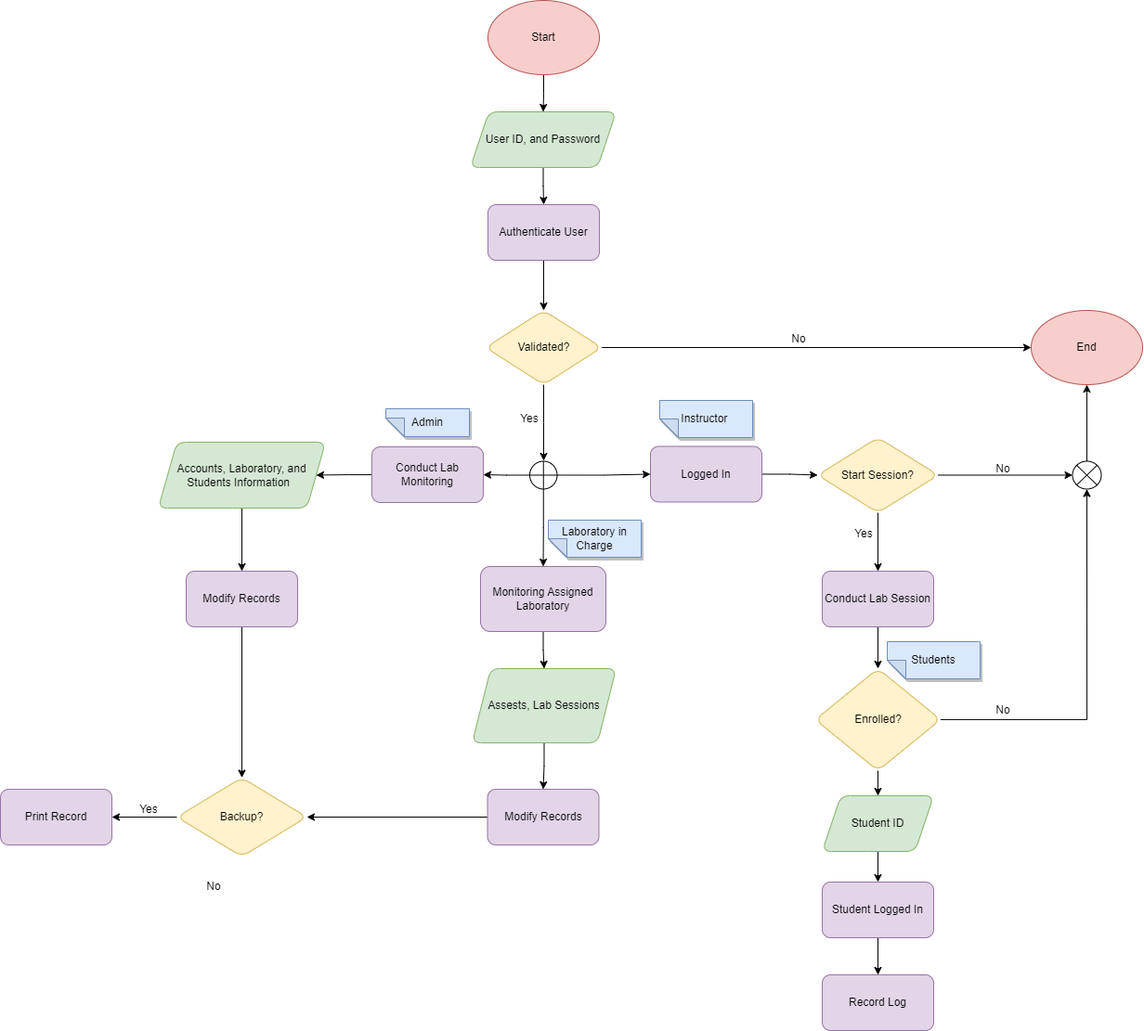
kaisunoo/Acads keeps this draw.io diagram as Heirarchy of Project Modules/LabSystem_Flowchart.drawio.png. Above is the earlier version. Source tidied: cells renumbered, new cells last; positions are measured from the earlier drawing's top-left corner, leaving out a move shared by most shapes.
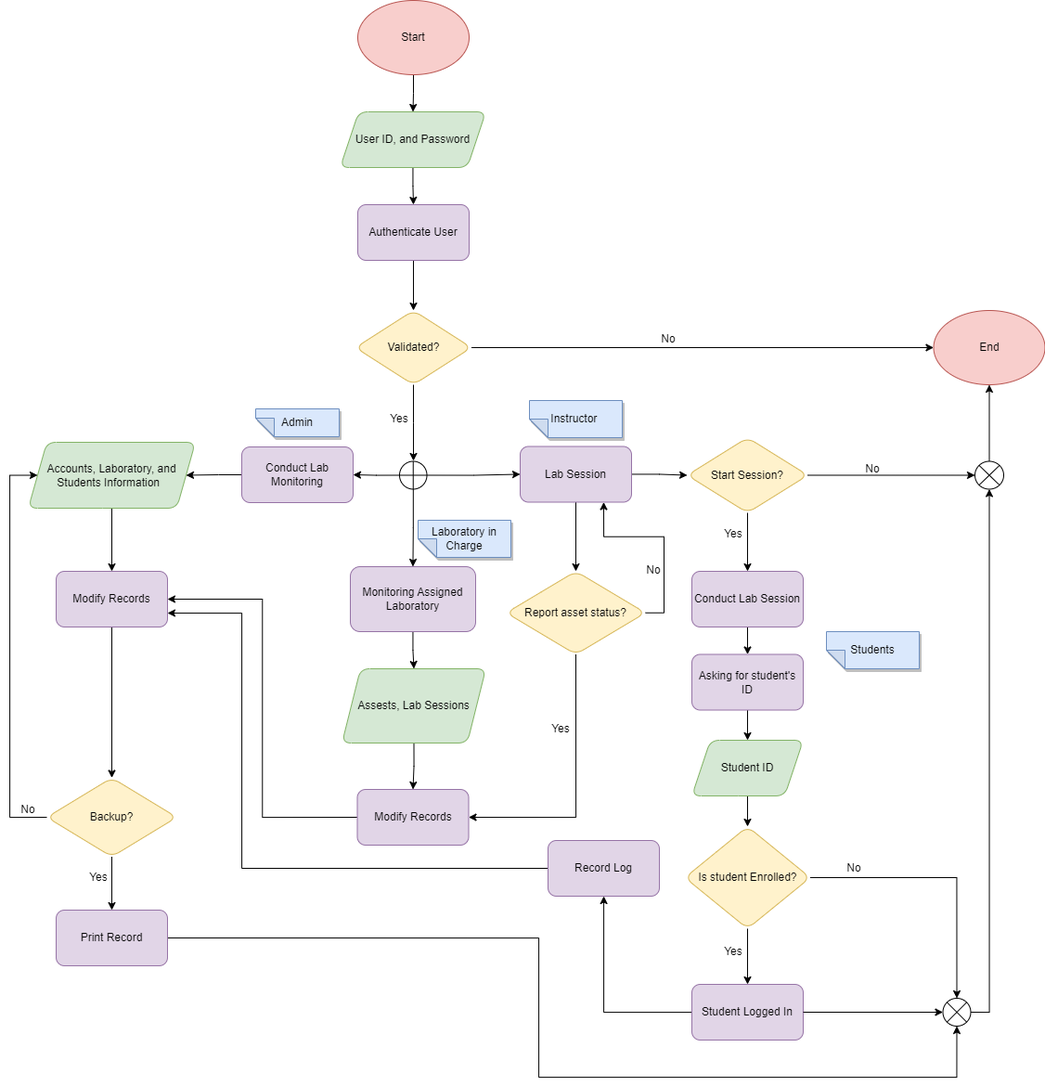
The same file after the commit.

Change to the diagram source:
```diff
@@ -67,7 +67,10 @@
     <mxCell id="22" style="edgeStyle=orthogonalEdgeStyle;rounded=0;jettySize=auto;html=1;" parent="1" edge="1" source="23" target="30">
       <mxGeometry relative="1" as="geometry" />
     </mxCell>
+    <mxCell id="60" style="edgeStyle=orthogonalEdgeStyle;rounded=0;jettySize=auto;html=1;" parent="1" edge="1" source="23" target="68">
+      <mxGeometry relative="1" as="geometry" />
+    </mxCell>
-    <mxCell id="23" value="Logged In" style="whiteSpace=wrap;html=1;rounded=1;fillColor=#e1d5e7;strokeColor=#9673a6;" parent="1" vertex="1">
+    <mxCell id="23" value="Lab Session" style="whiteSpace=wrap;html=1;rounded=1;fillColor=#e1d5e7;strokeColor=#9673a6;" parent="1" vertex="1">
       <mxGeometry x="700" y="480.5" width="120" height="60" as="geometry" />
     </mxCell>
     <mxCell id="24" value="Instructor&amp;nbsp;" style="shape=note;whiteSpace=wrap;html=1;backgroundOutline=1;darkOpacity=0.05;fillColor=#dae8fc;strokeColor=#6c8ebf;fillStyle=solid;direction=west;gradientDirection=north;shadow=1;size=20;" parent="1" vertex="1">
@@ -92,25 +95,28 @@
       <mxGeometry x="880" y="471" width="130" height="81" as="geometry" />
     </mxCell>
     <mxCell id="31" value="End" style="ellipse;whiteSpace=wrap;html=1;fillColor=#f8cecc;strokeColor=#b85450;" parent="1" vertex="1">
-      <mxGeometry x="1110" y="334" width="120" height="80" as="geometry" />
+      <mxGeometry x="1145.5" y="334" width="120" height="80" as="geometry" />
     </mxCell>
     <mxCell id="32" value="No" style="text;strokeColor=none;align=center;fillColor=none;html=1;verticalAlign=middle;whiteSpace=wrap;rounded=0;" parent="1" vertex="1">
       <mxGeometry x="830" y="350" width="60" height="30" as="geometry" />
     </mxCell>
-    <mxCell id="33" style="edgeStyle=orthogonalEdgeStyle;rounded=0;jettySize=auto;html=1;exitX=0.5;exitY=1;exitDx=0;exitDy=0;" parent="1" edge="1" source="34" target="43">
-      <mxGeometry relative="1" as="geometry" />
-    </mxCell>
+    <mxCell id="61" style="edgeStyle=orthogonalEdgeStyle;rounded=0;jettySize=auto;html=1;" parent="1" edge="1" source="34" target="71">
+      <mxGeometry relative="1" as="geometry" />
+    </mxCell>
     <mxCell id="34" value="Conduct Lab Session" style="whiteSpace=wrap;html=1;rounded=1;fillColor=#e1d5e7;strokeColor=#9673a6;" parent="1" vertex="1">
       <mxGeometry x="885" y="615" width="120" height="60" as="geometry" />
     </mxCell>
-    <mxCell id="35" style="edgeStyle=orthogonalEdgeStyle;rounded=0;jettySize=auto;html=1;" parent="1" edge="1" source="36" target="41">
+    <mxCell id="35" style="edgeStyle=orthogonalEdgeStyle;rounded=0;jettySize=auto;html=1;exitX=0.5;exitY=1;exitDx=0;exitDy=0;" parent="1" edge="1" source="43" target="41">
       <mxGeometry relative="1" as="geometry" />
     </mxCell>
+    <mxCell id="62" style="edgeStyle=orthogonalEdgeStyle;rounded=0;jettySize=auto;html=1;exitX=0.5;exitY=1;exitDx=0;exitDy=0;entryX=0.5;entryY=0;entryDx=0;entryDy=0;" parent="1" edge="1" source="36" target="43">
+      <mxGeometry relative="1" as="geometry" />
+    </mxCell>
     <mxCell id="36" value="Student ID" style="shape=parallelogram;perimeter=parallelogramPerimeter;whiteSpace=wrap;html=1;fixedSize=1;rounded=1;fillColor=#d5e8d4;strokeColor=#82b366;" parent="1" vertex="1">
-      <mxGeometry x="885" y="857" width="120" height="60" as="geometry" />
+      <mxGeometry x="885" y="797" width="120" height="60" as="geometry" />
     </mxCell>
     <mxCell id="37" value="Students" style="shape=note;whiteSpace=wrap;html=1;backgroundOutline=1;darkOpacity=0.05;fillColor=#dae8fc;strokeColor=#6c8ebf;fillStyle=solid;direction=west;gradientDirection=north;shadow=1;size=20;" parent="1" vertex="1">
-      <mxGeometry x="955" y="691" width="100" height="40" as="geometry" />
+      <mxGeometry x="1030" y="680" width="100" height="40" as="geometry" />
     </mxCell>
     <mxCell id="38" value="Yes" style="text;strokeColor=none;align=center;fillColor=none;html=1;verticalAlign=middle;whiteSpace=wrap;rounded=0;" parent="1" vertex="1">
       <mxGeometry x="900" y="560" width="60" height="30" as="geometry" />
@@ -122,13 +128,13 @@
       <mxGeometry relative="1" as="geometry" />
     </mxCell>
     <mxCell id="41" value="Student Logged In" style="whiteSpace=wrap;html=1;rounded=1;fillColor=#e1d5e7;strokeColor=#9673a6;" parent="1" vertex="1">
-      <mxGeometry x="885" y="950" width="120" height="60" as="geometry" />
+      <mxGeometry x="885" y="1060" width="120" height="60" as="geometry" />
     </mxCell>
-    <mxCell id="42" style="edgeStyle=orthogonalEdgeStyle;rounded=0;jettySize=auto;html=1;exitX=0.5;exitY=1;exitDx=0;exitDy=0;entryX=0.5;entryY=0;entryDx=0;entryDy=0;" parent="1" edge="1" source="43" target="36">
+    <mxCell id="42" style="edgeStyle=orthogonalEdgeStyle;rounded=0;jettySize=auto;html=1;entryX=0.5;entryY=0;entryDx=0;entryDy=0;exitX=0.5;exitY=1;exitDx=0;exitDy=0;" parent="1" edge="1" source="71" target="36">
       <mxGeometry relative="1" as="geometry" />
     </mxCell>
-    <mxCell id="43" value="Enrolled?" style="rhombus;whiteSpace=wrap;html=1;rounded=1;fillColor=#fff2cc;strokeColor=#d6b656;" parent="1" vertex="1">
-      <mxGeometry x="877.5" y="720" width="135" height="110" as="geometry" />
+    <mxCell id="43" value="Is student Enrolled?" style="rhombus;whiteSpace=wrap;html=1;rounded=1;fillColor=#fff2cc;strokeColor=#d6b656;" parent="1" vertex="1">
+      <mxGeometry x="877.5" y="890" width="135" height="110" as="geometry" />
     </mxCell>
     <mxCell id="44" style="edgeStyle=orthogonalEdgeStyle;rounded=0;jettySize=auto;html=1;" parent="1" edge="1" target="45">
       <mxGeometry relative="1" as="geometry">
@@ -142,13 +148,13 @@
       <mxGeometry relative="1" as="geometry" />
     </mxCell>
     <mxCell id="47" style="verticalLabelPosition=bottom;verticalAlign=top;html=1;shape=mxgraph.flowchart.or;" parent="1" vertex="1">
-      <mxGeometry x="1154.5" y="496.5" width="31" height="30" as="geometry" />
+      <mxGeometry x="1190" y="496.5" width="31" height="30" as="geometry" />
     </mxCell>
-    <mxCell id="48" style="edgeStyle=orthogonalEdgeStyle;rounded=0;jettySize=auto;html=1;entryX=0.5;entryY=1;entryDx=0;entryDy=0;entryPerimeter=0;" parent="1" edge="1" source="43" target="47">
+    <mxCell id="48" style="edgeStyle=orthogonalEdgeStyle;rounded=0;jettySize=auto;html=1;exitX=1;exitY=0.5;exitDx=0;exitDy=0;entryX=0.5;entryY=0;entryDx=0;entryDy=0;entryPerimeter=0;" parent="1" edge="1" source="43" target="73">
       <mxGeometry relative="1" as="geometry" />
     </mxCell>
     <mxCell id="49" value="No" style="text;strokeColor=none;align=center;fillColor=none;html=1;verticalAlign=middle;whiteSpace=wrap;rounded=0;" parent="1" vertex="1">
-      <mxGeometry x="1050" y="750" width="60" height="30" as="geometry" />
+      <mxGeometry x="1030" y="920" width="60" height="30" as="geometry" />
     </mxCell>
     <mxCell id="50" style="edgeStyle=orthogonalEdgeStyle;rounded=0;jettySize=auto;html=1;" parent="1" edge="1" source="51" target="53">
       <mxGeometry relative="1" as="geometry" />
@@ -156,29 +162,84 @@
     <mxCell id="51" value="Modify Records" style="whiteSpace=wrap;html=1;rounded=1;fillColor=#e1d5e7;strokeColor=#9673a6;" parent="1" vertex="1">
       <mxGeometry x="200" y="615" width="120" height="60" as="geometry" />
     </mxCell>
-    <mxCell id="52" style="edgeStyle=orthogonalEdgeStyle;rounded=0;jettySize=auto;html=1;" parent="1" edge="1" source="53" target="56">
+    <mxCell id="52" style="edgeStyle=orthogonalEdgeStyle;rounded=0;jettySize=auto;html=1;exitX=0.5;exitY=1;exitDx=0;exitDy=0;entryX=0.5;entryY=0;entryDx=0;entryDy=0;" parent="1" edge="1" source="53" target="56">
       <mxGeometry relative="1" as="geometry" />
     </mxCell>
+    <mxCell id="63" style="edgeStyle=orthogonalEdgeStyle;rounded=0;jettySize=auto;html=1;entryX=0.5;entryY=1;entryDx=0;entryDy=0;entryPerimeter=0;exitX=1;exitY=0.5;exitDx=0;exitDy=0;" parent="1" edge="1" source="56" target="73">
+      <mxGeometry relative="1" as="geometry">
+        <Array as="points">
+          <mxPoint x="720" y="1010" />
+          <mxPoint x="720" y="1160" />
+          <mxPoint x="1171" y="1160" />
+        </Array>
+      </mxGeometry>
+    </mxCell>
+    <mxCell id="64" style="edgeStyle=orthogonalEdgeStyle;rounded=0;jettySize=auto;html=1;exitX=0;exitY=0.5;exitDx=0;exitDy=0;entryX=0;entryY=0.5;entryDx=0;entryDy=0;" parent="1" edge="1" source="53" target="27">
+      <mxGeometry relative="1" as="geometry">
+        <Array as="points">
+          <mxPoint x="150" y="880" />
+          <mxPoint x="150" y="512" />
+        </Array>
+      </mxGeometry>
+    </mxCell>
     <mxCell id="53" value="Backup?" style="rhombus;whiteSpace=wrap;html=1;fillColor=#fff2cc;strokeColor=#d6b656;rounded=1;" parent="1" vertex="1">
       <mxGeometry x="190" y="837.5" width="140" height="85" as="geometry" />
     </mxCell>
-    <mxCell id="54" style="edgeStyle=orthogonalEdgeStyle;rounded=0;jettySize=auto;html=1;exitX=0;exitY=0.5;exitDx=0;exitDy=0;entryX=1;entryY=0.5;entryDx=0;entryDy=0;" parent="1" edge="1" source="55" target="53">
+    <mxCell id="54" style="edgeStyle=orthogonalEdgeStyle;rounded=0;jettySize=auto;html=1;exitX=0;exitY=0.5;exitDx=0;exitDy=0;entryX=1;entryY=0.5;entryDx=0;entryDy=0;" parent="1" edge="1" source="55" target="51">
       <mxGeometry relative="1" as="geometry" />
     </mxCell>
     <mxCell id="55" value="Modify Records" style="whiteSpace=wrap;html=1;rounded=1;fillColor=#e1d5e7;strokeColor=#9673a6;" parent="1" vertex="1">
       <mxGeometry x="524.5" y="850" width="120" height="60" as="geometry" />
     </mxCell>
     <mxCell id="56" value="Print Record" style="whiteSpace=wrap;html=1;fillColor=#e1d5e7;strokeColor=#9673a6;rounded=1;" parent="1" vertex="1">
-      <mxGeometry y="850" width="120" height="60" as="geometry" />
+      <mxGeometry x="200" y="980" width="120" height="60" as="geometry" />
     </mxCell>
     <mxCell id="57" value="Yes" style="text;strokeColor=none;align=center;fillColor=none;html=1;verticalAlign=middle;whiteSpace=wrap;rounded=0;" parent="1" vertex="1">
-      <mxGeometry x="130" y="857" width="60" height="30" as="geometry" />
+      <mxGeometry x="216" y="930" width="60" height="30" as="geometry" />
     </mxCell>
     <mxCell id="58" value="No" style="text;strokeColor=none;align=center;fillColor=none;html=1;verticalAlign=middle;whiteSpace=wrap;rounded=0;" parent="1" vertex="1">
-      <mxGeometry x="200" y="940" width="60" height="30" as="geometry" />
+      <mxGeometry x="140" y="857" width="60" height="30" as="geometry" />
     </mxCell>
+    <mxCell id="65" style="edgeStyle=orthogonalEdgeStyle;rounded=0;jettySize=auto;html=1;entryX=1;entryY=0.75;entryDx=0;entryDy=0;exitX=0;exitY=0.5;exitDx=0;exitDy=0;" parent="1" edge="1" source="59" target="51">
+      <mxGeometry relative="1" as="geometry">
+        <Array as="points">
+          <mxPoint x="400" y="935" />
+          <mxPoint x="400" y="660" />
+        </Array>
+      </mxGeometry>
+    </mxCell>
     <mxCell id="59" value="Record Log" style="whiteSpace=wrap;html=1;fillColor=#e1d5e7;strokeColor=#9673a6;rounded=1;" parent="1" vertex="1">
-      <mxGeometry x="885" y="1050" width="120" height="60" as="geometry" />
+      <mxGeometry x="730" y="905" width="120" height="60" as="geometry" />
     </mxCell>
+    <mxCell id="66" style="edgeStyle=orthogonalEdgeStyle;rounded=0;jettySize=auto;html=1;exitX=1;exitY=0.5;exitDx=0;exitDy=0;entryX=0.75;entryY=1;entryDx=0;entryDy=0;" parent="1" edge="1" source="68" target="23">
+      <mxGeometry relative="1" as="geometry" />
+    </mxCell>
+    <mxCell id="67" style="edgeStyle=orthogonalEdgeStyle;rounded=0;jettySize=auto;html=1;exitX=0.5;exitY=1;exitDx=0;exitDy=0;entryX=1;entryY=0.5;entryDx=0;entryDy=0;" parent="1" edge="1" source="68" target="55">
+      <mxGeometry relative="1" as="geometry" />
+    </mxCell>
+    <mxCell id="68" value="Report asset status?" style="rhombus;whiteSpace=wrap;html=1;fillColor=#fff2cc;strokeColor=#d6b656;rounded=1;" parent="1" vertex="1">
+      <mxGeometry x="685" y="615" width="150" height="89.5" as="geometry" />
+    </mxCell>
+    <mxCell id="69" value="No" style="text;strokeColor=none;align=center;fillColor=none;html=1;verticalAlign=middle;whiteSpace=wrap;rounded=0;" parent="1" vertex="1">
+      <mxGeometry x="814" y="599" width="60" height="30" as="geometry" />
+    </mxCell>
+    <mxCell id="70" value="Yes" style="text;strokeColor=none;align=center;fillColor=none;html=1;verticalAlign=middle;whiteSpace=wrap;rounded=0;" parent="1" vertex="1">
+      <mxGeometry x="714" y="770" width="60" height="30" as="geometry" />
+    </mxCell>
+    <mxCell id="71" value="Asking for student's ID" style="whiteSpace=wrap;html=1;fillColor=#e1d5e7;strokeColor=#9673a6;rounded=1;" parent="1" vertex="1">
+      <mxGeometry x="885" y="704.5" width="120" height="60" as="geometry" />
+    </mxCell>
+    <mxCell id="72" value="Yes" style="text;strokeColor=none;align=center;fillColor=none;html=1;verticalAlign=middle;whiteSpace=wrap;rounded=0;" parent="1" vertex="1">
+      <mxGeometry x="900" y="1010" width="60" height="30" as="geometry" />
+    </mxCell>
+    <mxCell id="73" style="verticalLabelPosition=bottom;verticalAlign=top;html=1;shape=mxgraph.flowchart.or;" parent="1" vertex="1">
+      <mxGeometry x="1155.5" y="1075" width="30" height="30" as="geometry" />
+    </mxCell>
+    <mxCell id="74" style="edgeStyle=orthogonalEdgeStyle;rounded=0;jettySize=auto;html=1;entryX=0.5;entryY=1;entryDx=0;entryDy=0;entryPerimeter=0;exitX=1;exitY=0.5;exitDx=0;exitDy=0;exitPerimeter=0;" parent="1" edge="1" source="73" target="47">
+      <mxGeometry relative="1" as="geometry" />
+    </mxCell>
+    <mxCell id="75" style="edgeStyle=orthogonalEdgeStyle;rounded=0;jettySize=auto;html=1;exitX=1;exitY=0.5;exitDx=0;exitDy=0;entryX=0;entryY=0.5;entryDx=0;entryDy=0;entryPerimeter=0;" parent="1" edge="1" source="41" target="73">
+      <mxGeometry relative="1" as="geometry" />
+    </mxCell>
   </root>
 </mxGraphModel>
```
